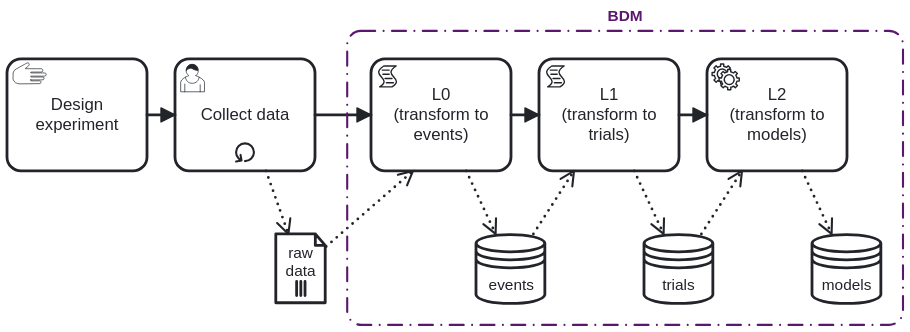
Before: assets/bpmn/behavioral_experiments.svg, a diagram exported from BPMN (behaverse/data-model). Its source is kept beside it as assets/bpmn/behavioral_experiments.bpmn. Ids are renumbered.
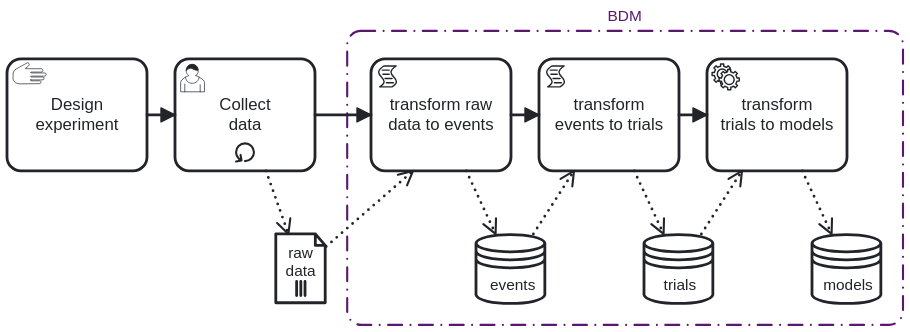
After the change.

What changed in the source:
```diff
@@ -10,7 +10,7 @@
     <bpmn:manualTask id="Activity_n14" name="Design experiment">
       <bpmn:outgoing>Flow_n13</bpmn:outgoing>
     </bpmn:manualTask>
-    <bpmn:serviceTask id="Activity_n9" name="L2&#10;(transform to models)">
+    <bpmn:serviceTask id="Activity_n9" name="transform&#10;trials to models">
       <bpmn:incoming>Flow_n8</bpmn:incoming>
       <bpmn:property id="Property_n15" name="__targetRef_placeholder" />
       <bpmn:dataInputAssociation id="DataInputAssociation_n16">
@@ -21,7 +21,7 @@
         <bpmn:targetRef>DataStoreReference_n12</bpmn:targetRef>
       </bpmn:dataOutputAssociation>
     </bpmn:serviceTask>
-    <bpmn:userTask id="Activity_n4" name="Collect data">
+    <bpmn:userTask id="Activity_n4" name="Collect&#10;data">
       <bpmn:incoming>Flow_n13</bpmn:incoming>
       <bpmn:outgoing>Flow_n3</bpmn:outgoing>
       <bpmn:dataOutputAssociation id="DataOutputAssociation_n18">
@@ -31,7 +31,7 @@
     </bpmn:userTask>
     <bpmn:dataObjectReference id="DataStoreReference_n19" name="raw&#10;data" dataObjectRef="DataObject_n20" />
     <bpmn:dataObject id="DataObject_n20" isCollection="true" />
-    <bpmn:scriptTask id="Activity_n5" name="L0&#10;(transform to events)">
+    <bpmn:scriptTask id="Activity_n5" name="transform raw data to events">
       <bpmn:incoming>Flow_n3</bpmn:incoming>
       <bpmn:outgoing>Flow_n6</bpmn:outgoing>
       <bpmn:property id="Property_n21" name="__targetRef_placeholder" />
@@ -43,7 +43,7 @@
         <bpmn:targetRef>DataStoreReference_n11</bpmn:targetRef>
       </bpmn:dataOutputAssociation>
     </bpmn:scriptTask>
-    <bpmn:scriptTask id="Activity_n7" name="L1&#10;(transform to trials)">
+    <bpmn:scriptTask id="Activity_n7" name="transform events to trials">
       <bpmn:incoming>Flow_n6</bpmn:incoming>
       <bpmn:outgoing>Flow_n8</bpmn:outgoing>
       <bpmn:property id="Property_n24" name="__targetRef_placeholder" />
@@ -62,30 +62,34 @@
   </bpmn:category>
   <bpmndi:BPMNDiagram id="BPMNDiagram_1">
     <bpmndi:BPMNPlane id="BPMNPlane_1" bpmnElement="Process_n2">
-      <bpmndi:BPMNShape id="Activity_18grsig_di" bpmnElement="Activity_n4">
-        <dc:Bounds x="280" y="110" width="100" height="80" />
-        <bpmndi:BPMNLabel />
-      </bpmndi:BPMNShape>
-      <bpmndi:BPMNShape id="Activity_1lt9u8d_di" bpmnElement="Activity_n9">
-        <dc:Bounds x="660" y="110" width="100" height="80" />
-      </bpmndi:BPMNShape>
-      <bpmndi:BPMNShape id="DataStoreReference_n12_di" bpmnElement="DataStoreReference_n12">
-        <dc:Bounds x="735" y="235" width="50" height="50" />
-        <bpmndi:BPMNLabel>
-          <dc:Bounds x="742" y="265" width="36" height="14" />
-        </bpmndi:BPMNLabel>
-      </bpmndi:BPMNShape>
       <bpmndi:BPMNShape id="DataStoreReference_n10_di" bpmnElement="DataStoreReference_n10">
         <dc:Bounds x="615" y="235" width="50" height="50" />
         <bpmndi:BPMNLabel>
-          <dc:Bounds x="628" y="265" width="24" height="14" />
+          <dc:Bounds x="629" y="265" width="24" height="14" />
         </bpmndi:BPMNLabel>
       </bpmndi:BPMNShape>
       <bpmndi:BPMNShape id="DataStoreReference_n11_di" bpmnElement="DataStoreReference_n11">
         <dc:Bounds x="495" y="235" width="50" height="50" />
         <bpmndi:BPMNLabel>
-          <dc:Bounds x="504" y="265" width="33" height="14" />
+          <dc:Bounds x="505" y="265" width="33" height="14" />
         </bpmndi:BPMNLabel>
+      </bpmndi:BPMNShape>
+      <bpmndi:BPMNShape id="DataStoreReference_n12_di" bpmnElement="DataStoreReference_n12">
+        <dc:Bounds x="735" y="235" width="50" height="50" />
+        <bpmndi:BPMNLabel>
+          <dc:Bounds x="743" y="265" width="36" height="14" />
+        </bpmndi:BPMNLabel>
+      </bpmndi:BPMNShape>
+      <bpmndi:BPMNShape id="Activity_0apaesp_di" bpmnElement="Activity_n14">
+        <dc:Bounds x="160" y="110" width="100" height="80" />
+      </bpmndi:BPMNShape>
+      <bpmndi:BPMNShape id="Activity_1lt9u8d_di" bpmnElement="Activity_n9">
+        <dc:Bounds x="660" y="110" width="100" height="80" />
+        <bpmndi:BPMNLabel />
+      </bpmndi:BPMNShape>
+      <bpmndi:BPMNShape id="Activity_18grsig_di" bpmnElement="Activity_n4">
+        <dc:Bounds x="280" y="110" width="100" height="80" />
+        <bpmndi:BPMNLabel />
       </bpmndi:BPMNShape>
       <bpmndi:BPMNShape id="DataObjectReference_0gqdg6d_di" bpmnElement="DataStoreReference_n19">
         <dc:Bounds x="352" y="235" width="36" height="50" />
@@ -99,60 +103,58 @@
       </bpmndi:BPMNShape>
       <bpmndi:BPMNShape id="Activity_1s34vjo_di" bpmnElement="Activity_n7">
         <dc:Bounds x="540" y="110" width="100" height="80" />
+        <bpmndi:BPMNLabel />
       </bpmndi:BPMNShape>
-      <bpmndi:BPMNShape id="Activity_0apaesp_di" bpmnElement="Activity_n14">
-        <dc:Bounds x="160" y="110" width="100" height="80" />
-      </bpmndi:BPMNShape>
-      <bpmndi:BPMNEdge id="Flow_n3_di" bpmnElement="Flow_n3">
-        <di:waypoint x="380" y="150" />
-        <di:waypoint x="420" y="150" />
-      </bpmndi:BPMNEdge>
-      <bpmndi:BPMNEdge id="DataOutputAssociation_n18_di" bpmnElement="DataOutputAssociation_n18">
-        <di:waypoint x="345" y="190" />
-        <di:waypoint x="361" y="235" />
-      </bpmndi:BPMNEdge>
-      <bpmndi:BPMNEdge id="Flow_n6_di" bpmnElement="Flow_n6">
-        <di:waypoint x="520" y="150" />
-        <di:waypoint x="540" y="150" />
-      </bpmndi:BPMNEdge>
-      <bpmndi:BPMNEdge id="DataOutputAssociation_n23_di" bpmnElement="DataOutputAssociation_n23">
-        <di:waypoint x="488" y="190" />
-        <di:waypoint x="509" y="235" />
-      </bpmndi:BPMNEdge>
-      <bpmndi:BPMNEdge id="Flow_n8_di" bpmnElement="Flow_n8">
-        <di:waypoint x="640" y="150" />
-        <di:waypoint x="660" y="150" />
-      </bpmndi:BPMNEdge>
-      <bpmndi:BPMNEdge id="DataOutputAssociation_n26_di" bpmnElement="DataOutputAssociation_n26">
-        <di:waypoint x="608" y="190" />
-        <di:waypoint x="629" y="235" />
-      </bpmndi:BPMNEdge>
-      <bpmndi:BPMNEdge id="DataOutputAssociation_n17_di" bpmnElement="DataOutputAssociation_n17">
-        <di:waypoint x="728" y="190" />
-        <di:waypoint x="749" y="235" />
-      </bpmndi:BPMNEdge>
-      <bpmndi:BPMNEdge id="Flow_n13_di" bpmnElement="Flow_n13">
-        <di:waypoint x="260" y="150" />
-        <di:waypoint x="280" y="150" />
-      </bpmndi:BPMNEdge>
-      <bpmndi:BPMNEdge id="DataInputAssociation_n25_di" bpmnElement="DataInputAssociation_n25">
-        <di:waypoint x="536" y="235" />
-        <di:waypoint x="565" y="190" />
-      </bpmndi:BPMNEdge>
-      <bpmndi:BPMNEdge id="DataInputAssociation_n16_di" bpmnElement="DataInputAssociation_n16">
-        <di:waypoint x="656" y="235" />
-        <di:waypoint x="685" y="190" />
-      </bpmndi:BPMNEdge>
-      <bpmndi:BPMNEdge id="DataInputAssociation_n22_di" bpmnElement="DataInputAssociation_n22">
-        <di:waypoint x="388" y="244" />
-        <di:waypoint x="450" y="190" />
-      </bpmndi:BPMNEdge>
       <bpmndi:BPMNShape id="Group_n27_di" bpmnElement="Group_n27" bioc:stroke="#5b176d" bioc:fill="#e1bee7" color:background-color="#e1bee7" color:border-color="#5b176d">
         <dc:Bounds x="403" y="90" width="397" height="210" />
         <bpmndi:BPMNLabel color:color="#5b176d">
           <dc:Bounds x="589" y="73" width="25" height="14" />
         </bpmndi:BPMNLabel>
       </bpmndi:BPMNShape>
+      <bpmndi:BPMNEdge id="Flow_n3_di" bpmnElement="Flow_n3">
+        <di:waypoint x="380" y="150" />
+        <di:waypoint x="420" y="150" />
+      </bpmndi:BPMNEdge>
+      <bpmndi:BPMNEdge id="Flow_n6_di" bpmnElement="Flow_n6">
+        <di:waypoint x="520" y="150" />
+        <di:waypoint x="540" y="150" />
+      </bpmndi:BPMNEdge>
+      <bpmndi:BPMNEdge id="Flow_n8_di" bpmnElement="Flow_n8">
+        <di:waypoint x="640" y="150" />
+        <di:waypoint x="660" y="150" />
+      </bpmndi:BPMNEdge>
+      <bpmndi:BPMNEdge id="Flow_n13_di" bpmnElement="Flow_n13">
+        <di:waypoint x="260" y="150" />
+        <di:waypoint x="280" y="150" />
+      </bpmndi:BPMNEdge>
+      <bpmndi:BPMNEdge id="DataInputAssociation_n16_di" bpmnElement="DataInputAssociation_n16">
+        <di:waypoint x="656" y="235" />
+        <di:waypoint x="685" y="190" />
+      </bpmndi:BPMNEdge>
+      <bpmndi:BPMNEdge id="DataOutputAssociation_n17_di" bpmnElement="DataOutputAssociation_n17">
+        <di:waypoint x="728" y="190" />
+        <di:waypoint x="749" y="235" />
+      </bpmndi:BPMNEdge>
+      <bpmndi:BPMNEdge id="DataOutputAssociation_n18_di" bpmnElement="DataOutputAssociation_n18">
+        <di:waypoint x="345" y="190" />
+        <di:waypoint x="361" y="235" />
+      </bpmndi:BPMNEdge>
+      <bpmndi:BPMNEdge id="DataInputAssociation_n22_di" bpmnElement="DataInputAssociation_n22">
+        <di:waypoint x="388" y="244" />
+        <di:waypoint x="450" y="190" />
+      </bpmndi:BPMNEdge>
+      <bpmndi:BPMNEdge id="DataOutputAssociation_n23_di" bpmnElement="DataOutputAssociation_n23">
+        <di:waypoint x="488" y="190" />
+        <di:waypoint x="509" y="235" />
+      </bpmndi:BPMNEdge>
+      <bpmndi:BPMNEdge id="DataInputAssociation_n25_di" bpmnElement="DataInputAssociation_n25">
+        <di:waypoint x="536" y="235" />
+        <di:waypoint x="565" y="190" />
+      </bpmndi:BPMNEdge>
+      <bpmndi:BPMNEdge id="DataOutputAssociation_n26_di" bpmnElement="DataOutputAssociation_n26">
+        <di:waypoint x="608" y="190" />
+        <di:waypoint x="629" y="235" />
+      </bpmndi:BPMNEdge>
     </bpmndi:BPMNPlane>
   </bpmndi:BPMNDiagram>
 </bpmn:definitions>
```
